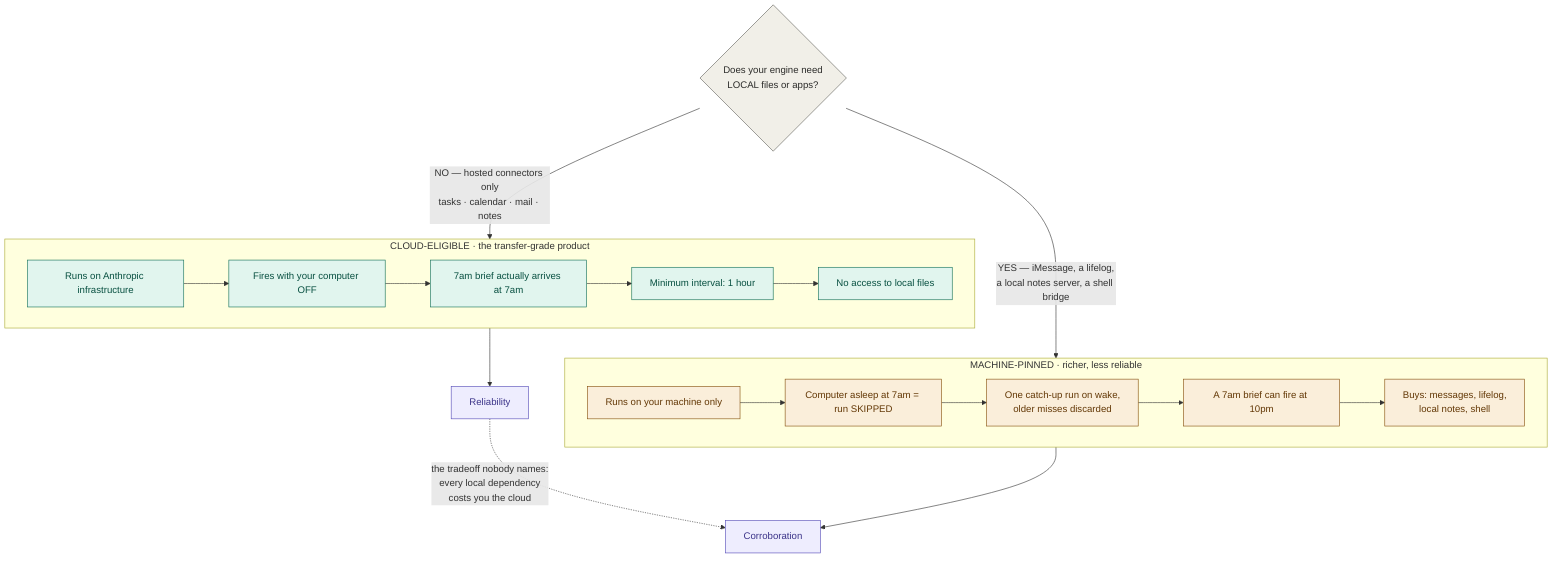
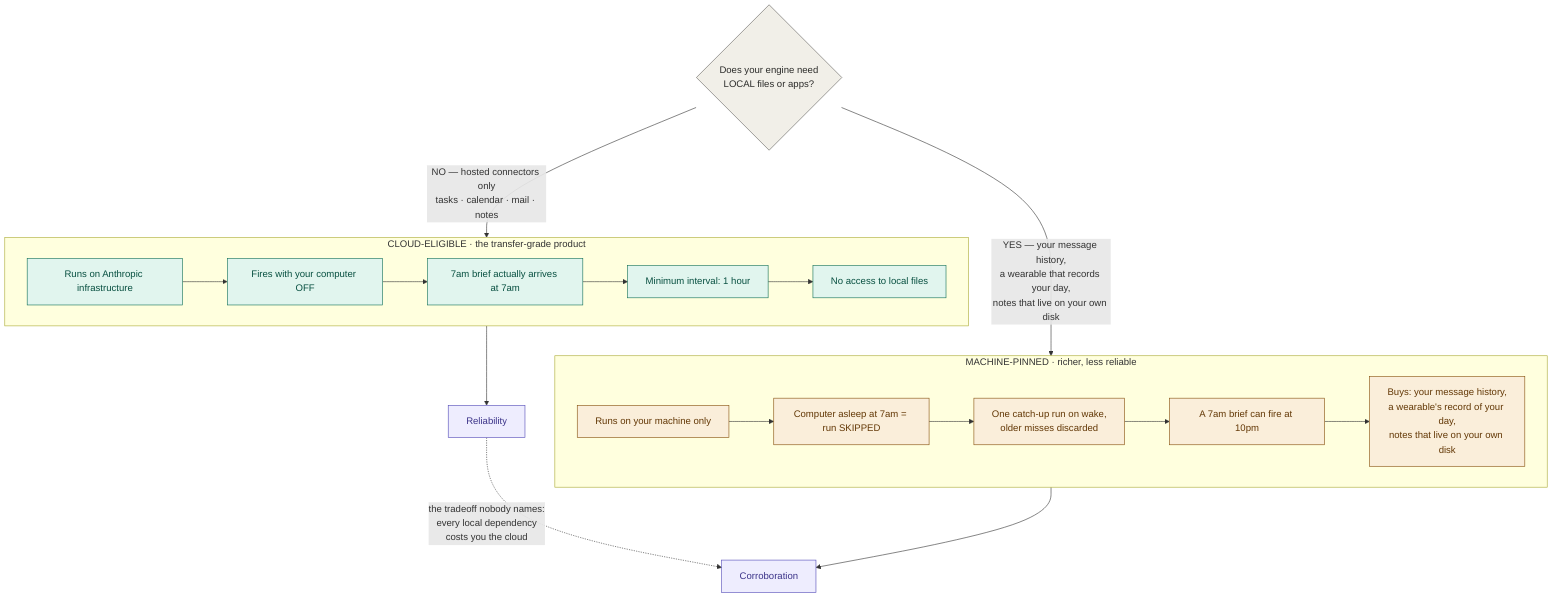
graph TB
    START{"Does your engine need<br/>LOCAL files or apps?"}

    START -->|"NO — hosted connectors only<br/>tasks · calendar · mail · notes"| CLOUD
-     START -->|"YES — iMessage, a lifelog,<br/>a local notes server, a shell bridge"| LOCAL
+     START -->|"YES — your message history,<br/>a wearable that records your day,<br/>notes that live on your own disk"| LOCAL

    subgraph CLOUD["CLOUD-ELIGIBLE · the transfer-grade product"]
        C1["Runs on Anthropic infrastructure"]
        C2["Fires with your computer OFF"]
        C3["7am brief actually arrives at 7am"]
        C4["Minimum interval: 1 hour"]
        C5["No access to local files"]
        C1 --> C2 --> C3 --> C4 --> C5
    end

    subgraph LOCAL["MACHINE-PINNED · richer, less reliable"]
        L1["Runs on your machine only"]
        L2["Computer asleep at 7am = run SKIPPED"]
        L3["One catch-up run on wake,<br/>older misses discarded"]
        L4["A 7am brief can fire at 10pm"]
-         L5["Buys: messages, lifelog,<br/>local notes, shell"]
+         L5["Buys: your message history,<br/>a wearable's record of your day,<br/>notes that live on your own disk"]
        L1 --> L2 --> L3 --> L4 --> L5
    end

    CLOUD --> WIN["Reliability"]
    LOCAL --> WIN2["Corroboration"]

    WIN -.->|"the tradeoff nobody names:<br/>every local dependency<br/>costs you the cloud"| WIN2

    classDef q fill:#F1EFE8,stroke:#5F5E5A,color:#2C2C2A
    classDef good fill:#E1F5EE,stroke:#0F6E56,color:#085041
    classDef warn fill:#FAEEDA,stroke:#854F0B,color:#633806
    classDef res fill:#EEEDFE,stroke:#534AB7,color:#3C3489

    class START q
    class C1,C2,C3,C4,C5 good
    class L1,L2,L3,L4,L5 warn
    class WIN,WIN2 res
